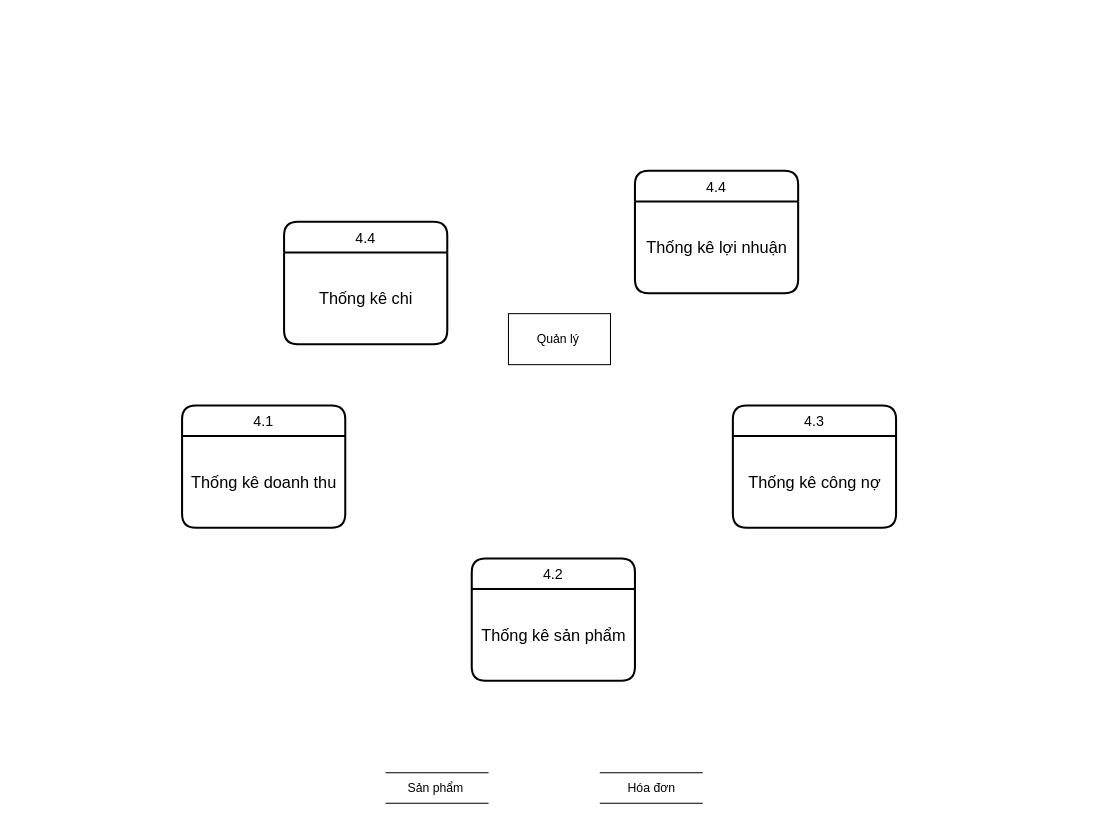
Before: DFD/DFD Thống kê mức 0 .drawio in AlexTien202/congnghephanmem, a draw.io diagram. Source tidied: cells renumbered, new cells numbered last; positions are measured from the earlier drawing's top-left corner, leaving out a move shared by most shapes. Both pictures are drawn from the tidied source at 102%, with x=0, y=0 at pixel (182, 170).
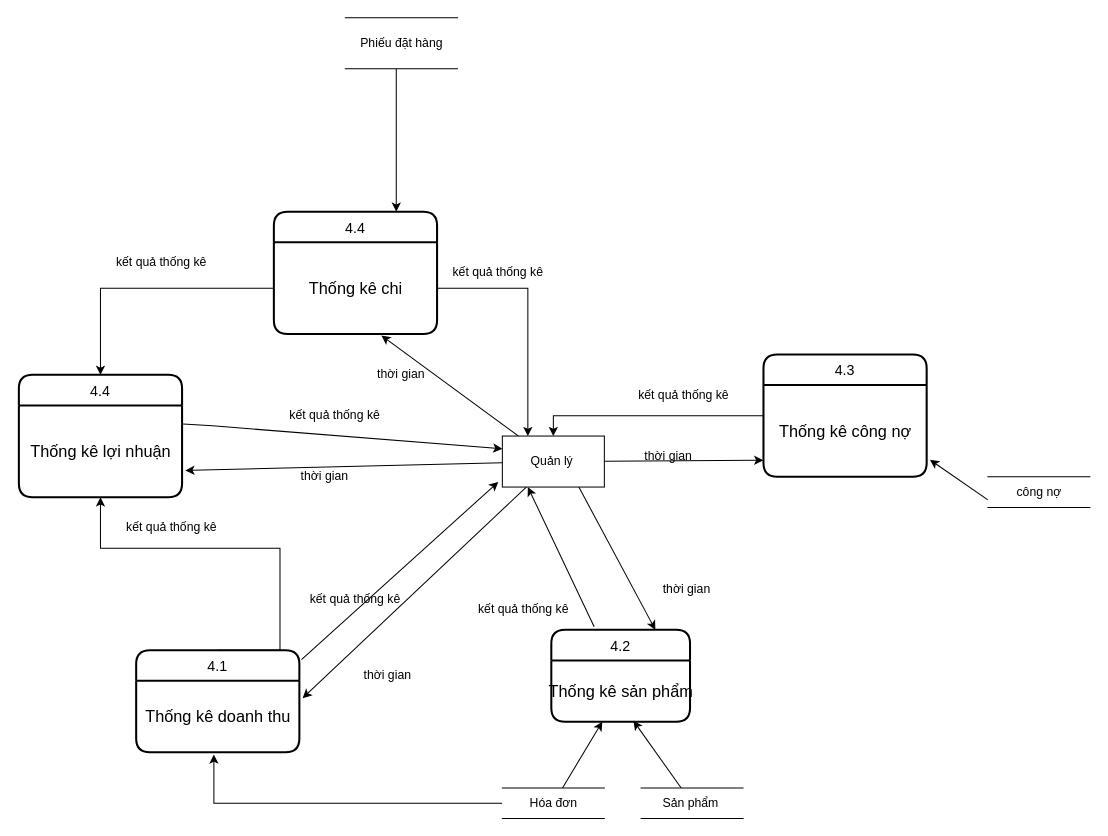
Above is the later version.

Unchanged cells that the change refers to:
```xml
<mxCell id="8" value="&lt;font style=&quot;font-size: 16px&quot;&gt;Thống kê công nợ&lt;/font&gt;" style="text;html=1;align=center;verticalAlign=middle;points=[];" parent="7" vertex="1">
  <mxGeometry y="30" width="160" height="90" as="geometry" />
</mxCell>
<mxCell id="10" value="&lt;font style=&quot;font-size: 16px&quot;&gt;Thống kê chi&lt;/font&gt;" style="text;html=1;align=center;verticalAlign=middle;points=[];" parent="9" vertex="1">
  <mxGeometry y="30" width="160" height="90" as="geometry" />
</mxCell>
<mxCell id="12" value="&lt;span style=&quot;font-size: 16px&quot;&gt;Thống kê lợi nhuận&lt;/span&gt;" style="text;html=1;align=center;verticalAlign=middle;points=[];" parent="11" vertex="1">
  <mxGeometry y="30" width="160" height="90" as="geometry" />
</mxCell>
```

The edit, as a diff of the source:
```diff
@@
+    <mxCell id="15" style="rounded=0;jettySize=auto;html=1;exitX=0.75;exitY=1;exitDx=0;exitDy=0;entryX=0.75;entryY=0;entryDx=0;entryDy=0;" parent="1" edge="1" source="2" target="5">
+      <mxGeometry relative="1" as="geometry" />
+    </mxCell>
+    <mxCell id="16" style="edgeStyle=none;rounded=0;jettySize=auto;html=1;entryX=1.02;entryY=0.243;entryDx=0;entryDy=0;entryPerimeter=0;" parent="1" edge="1" source="2" target="4">
+      <mxGeometry relative="1" as="geometry" />
+    </mxCell>
+    <mxCell id="17" style="edgeStyle=none;rounded=0;jettySize=auto;html=1;entryX=0.659;entryY=1.016;entryDx=0;entryDy=0;entryPerimeter=0;" parent="1" edge="1" source="2" target="10">
+      <mxGeometry relative="1" as="geometry" />
+    </mxCell>
+    <mxCell id="18" style="rounded=0;jettySize=auto;html=1;entryX=-0.001;entryY=0.819;entryDx=0;entryDy=0;entryPerimeter=0;" parent="1" edge="1" source="2" target="8">
+      <mxGeometry relative="1" as="geometry" />
+    </mxCell>
+    <mxCell id="19" style="edgeStyle=none;rounded=0;jettySize=auto;html=1;entryX=1.02;entryY=0.708;entryDx=0;entryDy=0;entryPerimeter=0;" parent="1" edge="1" source="2" target="12">
+      <mxGeometry relative="1" as="geometry" />
+    </mxCell>
     <mxCell id="2" value="Quản lý&amp;nbsp;" style="html=1;dashed=0;whitespace=wrap;" parent="1" vertex="1">
-      <mxGeometry x="320" y="140" width="100" height="50" as="geometry" />
+      <mxGeometry x="314" y="260" width="100" height="50" as="geometry" />
     </mxCell>
     <mxCell id="3" value="4.1" style="swimlane;horizontal=1;startSize=30;rounded=1;fontSize=14;fontStyle=0;strokeWidth=2;shadow=0;dashed=0;align=center;" parent="1" vertex="1">
-      <mxGeometry y="230" width="160" height="120" as="geometry" />
+      <mxGeometry x="-45" y="470" width="160" height="100" as="geometry" />
     </mxCell>
     <mxCell id="4" value="&lt;font style=&quot;font-size: 16px&quot;&gt;Thống kê doanh thu&lt;/font&gt;" style="text;html=1;align=center;verticalAlign=middle;points=[];" parent="3" vertex="1">
-      <mxGeometry y="30" width="160" height="90" as="geometry" />
+      <mxGeometry y="30" width="160" height="70" as="geometry" />
     </mxCell>
+    <mxCell id="20" style="edgeStyle=none;rounded=0;jettySize=auto;html=1;entryX=0.25;entryY=1;entryDx=0;entryDy=0;exitX=0.309;exitY=-0.033;exitDx=0;exitDy=0;exitPerimeter=0;" parent="1" edge="1" source="5" target="2">
+      <mxGeometry relative="1" as="geometry" />
+    </mxCell>
     <mxCell id="5" value="4.2" style="swimlane;horizontal=1;startSize=30;rounded=1;fontSize=14;fontStyle=0;strokeWidth=2;shadow=0;dashed=0;align=center;" parent="1" vertex="1">
-      <mxGeometry x="284" y="380" width="160" height="120" as="geometry" />
+      <mxGeometry x="362" y="450" width="136" height="90" as="geometry" />
     </mxCell>
     <mxCell id="6" value="&lt;font style=&quot;font-size: 16px&quot;&gt;Thống kê sản phẩm&lt;/font&gt;" style="text;html=1;align=center;verticalAlign=middle;points=[];" parent="5" vertex="1">
-      <mxGeometry y="30" width="160" height="90" as="geometry" />
+      <mxGeometry y="30" width="136" height="60" as="geometry" />
     </mxCell>
+    <mxCell id="21" style="edgeStyle=orthogonalEdgeStyle;rounded=0;jettySize=auto;html=1;entryX=0.5;entryY=0;entryDx=0;entryDy=0;" parent="1" edge="1" source="7" target="2">
+      <mxGeometry relative="1" as="geometry" />
+    </mxCell>
     <mxCell id="7" value="4.3" style="swimlane;horizontal=1;startSize=30;rounded=1;fontSize=14;fontStyle=0;strokeWidth=2;shadow=0;dashed=0;align=center;" parent="1" vertex="1">
-      <mxGeometry x="540" y="230" width="160" height="120" as="geometry" />
+      <mxGeometry x="570" y="180" width="160" height="120" as="geometry" />
     </mxCell>
@@
     <mxCell id="9" value="4.4" style="swimlane;horizontal=1;startSize=30;rounded=1;fontSize=14;fontStyle=0;strokeWidth=2;shadow=0;dashed=0;align=center;" parent="1" vertex="1">
-      <mxGeometry x="100" y="50" width="160" height="120" as="geometry" />
+      <mxGeometry x="90" y="40" width="160" height="120" as="geometry" />
     </mxCell>
@@
+    <mxCell id="22" style="rounded=0;jettySize=auto;html=1;entryX=0.592;entryY=0.987;entryDx=0;entryDy=0;entryPerimeter=0;" parent="1" edge="1" source="13" target="6">
+      <mxGeometry relative="1" as="geometry" />
+    </mxCell>
+    <mxCell id="13" value="Sản phẩm&amp;nbsp;" style="html=1;dashed=0;whitespace=wrap;shape=partialRectangle;right=0;left=0;" parent="1" vertex="1">
+      <mxGeometry x="450" y="605" width="100" height="30" as="geometry" />
+    </mxCell>
+    <mxCell id="23" style="rounded=0;jettySize=auto;html=1;" parent="1" edge="1" source="14" target="6">
+      <mxGeometry relative="1" as="geometry" />
+    </mxCell>
+    <mxCell id="24" style="edgeStyle=orthogonalEdgeStyle;rounded=0;jettySize=auto;html=1;entryX=0.476;entryY=1.031;entryDx=0;entryDy=0;entryPerimeter=0;" parent="1" edge="1" source="14" target="4">
+      <mxGeometry relative="1" as="geometry" />
+    </mxCell>
+    <mxCell id="14" value="Hóa đơn" style="html=1;dashed=0;whitespace=wrap;shape=partialRectangle;right=0;left=0;" parent="1" vertex="1">
+      <mxGeometry x="314" y="605" width="100" height="30" as="geometry" />
+    </mxCell>
+    <mxCell id="25" style="edgeStyle=none;rounded=0;jettySize=auto;html=1;exitX=1.013;exitY=0.092;exitDx=0;exitDy=0;exitPerimeter=0;" parent="1" edge="1" source="3">
+      <mxGeometry relative="1" as="geometry">
+        <mxPoint x="310" y="305" as="targetPoint" />
+      </mxGeometry>
+    </mxCell>
+    <mxCell id="26" style="edgeStyle=orthogonalEdgeStyle;rounded=0;jettySize=auto;html=1;entryX=0.25;entryY=0;entryDx=0;entryDy=0;" parent="1" edge="1" source="10" target="2">
+      <mxGeometry relative="1" as="geometry" />
+    </mxCell>
+    <mxCell id="27" value="kết quả thống kê" style="text;html=1;strokeColor=none;fillColor=none;align=center;verticalAlign=middle;whiteSpace=wrap;rounded=0;" parent="1" vertex="1">
+      <mxGeometry x="110" y="400" width="120" height="40" as="geometry" />
+    </mxCell>
+    <mxCell id="28" value="&amp;nbsp;thời gian" style="text;html=1;strokeColor=none;fillColor=none;align=center;verticalAlign=middle;whiteSpace=wrap;rounded=0;" parent="1" vertex="1">
+      <mxGeometry x="155" y="485" width="90" height="20" as="geometry" />
+    </mxCell>
+    <mxCell id="29" value="kết quả thống kê" style="text;html=1;strokeColor=none;fillColor=none;align=center;verticalAlign=middle;whiteSpace=wrap;rounded=0;" parent="1" vertex="1">
+      <mxGeometry x="250" y="80" width="120" height="40" as="geometry" />
+    </mxCell>
+    <mxCell id="30" value="thời gian" style="text;html=1;strokeColor=none;fillColor=none;align=center;verticalAlign=middle;whiteSpace=wrap;rounded=0;" parent="1" vertex="1">
+      <mxGeometry x="170" y="190" width="90" height="20" as="geometry" />
+    </mxCell>
+    <mxCell id="31" value="kết quả thống kê" style="text;html=1;strokeColor=none;fillColor=none;align=center;verticalAlign=middle;whiteSpace=wrap;rounded=0;" parent="1" vertex="1">
+      <mxGeometry x="432" y="200" width="120" height="40" as="geometry" />
+    </mxCell>
+    <mxCell id="32" value="kết quả thống kê" style="text;html=1;strokeColor=none;fillColor=none;align=center;verticalAlign=middle;whiteSpace=wrap;rounded=0;" parent="1" vertex="1">
+      <mxGeometry x="275" y="410" width="120" height="40" as="geometry" />
+    </mxCell>
+    <mxCell id="33" value="thời gian" style="text;html=1;strokeColor=none;fillColor=none;align=center;verticalAlign=middle;whiteSpace=wrap;rounded=0;" parent="1" vertex="1">
+      <mxGeometry x="450" y="400" width="90" height="20" as="geometry" />
+    </mxCell>
+    <mxCell id="34" value="thời gian" style="text;html=1;strokeColor=none;fillColor=none;align=center;verticalAlign=middle;whiteSpace=wrap;rounded=0;" parent="1" vertex="1">
+      <mxGeometry x="432" y="270" width="90" height="20" as="geometry" />
+    </mxCell>
+    <mxCell id="35" style="edgeStyle=none;rounded=0;jettySize=auto;html=1;exitX=0;exitY=0.75;exitDx=0;exitDy=0;entryX=1.02;entryY=0.814;entryDx=0;entryDy=0;entryPerimeter=0;" parent="1" edge="1" source="36" target="8">
+      <mxGeometry relative="1" as="geometry" />
+    </mxCell>
+    <mxCell id="36" value="công nợ" style="html=1;dashed=0;whitespace=wrap;shape=partialRectangle;right=0;left=0;" parent="1" vertex="1">
+      <mxGeometry x="790" y="300" width="100" height="30" as="geometry" />
+    </mxCell>
+    <mxCell id="37" style="edgeStyle=orthogonalEdgeStyle;rounded=0;jettySize=auto;html=1;entryX=0.75;entryY=0;entryDx=0;entryDy=0;" parent="1" edge="1" source="38" target="9">
+      <mxGeometry relative="1" as="geometry">
+        <Array as="points">
+          <mxPoint x="210" y="-40" />
+          <mxPoint x="210" y="-40" />
+        </Array>
+      </mxGeometry>
+    </mxCell>
+    <mxCell id="38" value="Phiếu đặt hàng" style="html=1;dashed=0;whitespace=wrap;shape=partialRectangle;right=0;left=0;" parent="1" vertex="1">
+      <mxGeometry x="160" y="-150" width="110" height="50" as="geometry" />
+    </mxCell>
     <mxCell id="11" value="4.4" style="swimlane;horizontal=1;startSize=30;rounded=1;fontSize=14;fontStyle=0;strokeWidth=2;shadow=0;dashed=0;align=center;" parent="1" vertex="1">
-      <mxGeometry x="444" width="160" height="120" as="geometry" />
+      <mxGeometry x="-160" y="200" width="160" height="120" as="geometry" />
     </mxCell>
@@
-    <mxCell id="13" value="Sản phẩm&amp;nbsp;" style="html=1;dashed=0;whitespace=wrap;shape=partialRectangle;right=0;left=0;" parent="1" vertex="1">
-      <mxGeometry x="200" y="590" width="100" height="30" as="geometry" />
-    </mxCell>
-    <mxCell id="14" value="Hóa đơn" style="html=1;dashed=0;whitespace=wrap;shape=partialRectangle;right=0;left=0;" parent="1" vertex="1">
-      <mxGeometry x="410" y="590" width="100" height="30" as="geometry" />
-    </mxCell>
+    <mxCell id="39" style="edgeStyle=none;rounded=0;jettySize=auto;html=1;entryX=0;entryY=0.25;entryDx=0;entryDy=0;exitX=1.006;exitY=0.201;exitDx=0;exitDy=0;exitPerimeter=0;" parent="1" edge="1" source="12" target="2">
+      <mxGeometry relative="1" as="geometry">
+        <Array as="points">
+          <mxPoint x="30" y="250" />
+        </Array>
+      </mxGeometry>
+    </mxCell>
+    <mxCell id="40" value="kết quả thống kê" style="text;html=1;strokeColor=none;fillColor=none;align=center;verticalAlign=middle;whiteSpace=wrap;rounded=0;" parent="1" vertex="1">
+      <mxGeometry x="90" y="220" width="120" height="40" as="geometry" />
+    </mxCell>
+    <mxCell id="41" style="edgeStyle=orthogonalEdgeStyle;rounded=0;jettySize=auto;html=1;entryX=0.5;entryY=0;entryDx=0;entryDy=0;" parent="1" edge="1" source="10" target="11">
+      <mxGeometry relative="1" as="geometry">
+        <Array as="points">
+          <mxPoint x="-80" y="115" />
+        </Array>
+      </mxGeometry>
+    </mxCell>
+    <mxCell id="42" style="edgeStyle=orthogonalEdgeStyle;rounded=0;jettySize=auto;html=1;exitX=0.5;exitY=0;exitDx=0;exitDy=0;" parent="1" edge="1" source="3" target="12">
+      <mxGeometry relative="1" as="geometry">
+        <Array as="points">
+          <mxPoint x="96" y="370" />
+          <mxPoint x="-80" y="370" />
+        </Array>
+      </mxGeometry>
+    </mxCell>
+    <mxCell id="43" value="kết quả thống kê" style="text;html=1;strokeColor=none;fillColor=none;align=center;verticalAlign=middle;whiteSpace=wrap;rounded=0;" parent="1" vertex="1">
+      <mxGeometry x="-80" y="70" width="120" height="40" as="geometry" />
+    </mxCell>
+    <mxCell id="44" value="kết quả thống kê" style="text;html=1;strokeColor=none;fillColor=none;align=center;verticalAlign=middle;whiteSpace=wrap;rounded=0;" parent="1" vertex="1">
+      <mxGeometry x="-70" y="330" width="120" height="40" as="geometry" />
+    </mxCell>
+    <mxCell id="45" value="thời gian" style="text;html=1;strokeColor=none;fillColor=none;align=center;verticalAlign=middle;whiteSpace=wrap;rounded=0;" parent="1" vertex="1">
+      <mxGeometry x="95" y="290" width="90" height="20" as="geometry" />
+    </mxCell>
```
